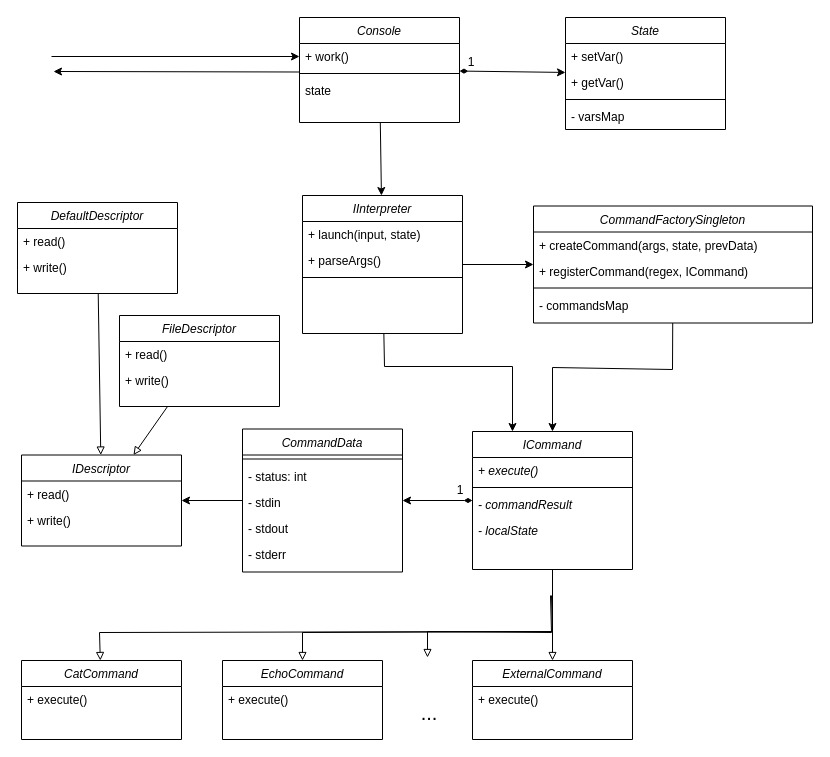
The draw.io diagram .data/console.drawio in IThror10/itmo_se, before the edit. Source tidied: cells renumbered, new cells numbered last; positions are measured from the earlier drawing's top-left corner, leaving out a move shared by most shapes. Both pictures are drawn from the tidied source at 100%, with x=0, y=0 at pixel (17, 17).
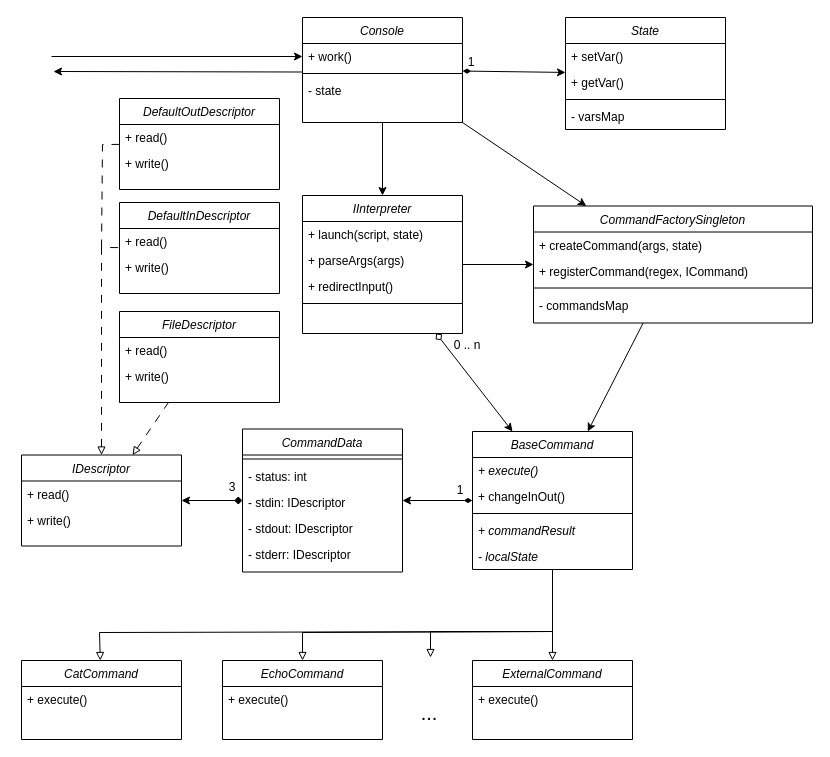
After the change.

Commit message (it also covers changes not shown here):
[FR-#1.1] Add minor changes in UML diagramm

Default descriptors (such as In and Out) were added
to UML structure. Specified few functions of Interpreter.
Added default method in BaseCommand for InOut redirecting.

The change refers to these unchanged cells:
```xml
<mxCell id="9" value="CommandData" style="swimlane;fontStyle=2;align=center;verticalAlign=top;horizontal=1;startSize=26;rounded=0;shadow=0;strokeWidth=1;" parent="1" vertex="1">
  <mxGeometry x="225" y="411.5" width="160" height="143" as="geometry" />
</mxCell>
<mxCell id="16" value="EchoCommand" style="swimlane;fontStyle=2;align=center;verticalAlign=top;horizontal=1;startSize=26;rounded=0;shadow=0;strokeWidth=1;" parent="1" vertex="1">
  <mxGeometry x="205" y="643" width="160" height="79" as="geometry" />
</mxCell>
<mxCell id="18" value="IInterpreter" style="swimlane;fontStyle=2;align=center;verticalAlign=top;horizontal=1;startSize=26;rounded=0;shadow=0;strokeWidth=1;" parent="1" vertex="1">
  <mxGeometry x="285" y="178" width="160" height="138" as="geometry" />
</mxCell>
<mxCell id="22" value="CommandFactorySingleton" style="swimlane;fontStyle=2;align=center;verticalAlign=top;horizontal=1;startSize=26;rounded=0;shadow=0;strokeWidth=1;" parent="1" vertex="1">
  <mxGeometry x="516" y="188.5" width="279" height="117" as="geometry" />
</mxCell>
<mxCell id="51" value="IDescriptor" style="swimlane;fontStyle=2;align=center;verticalAlign=top;horizontal=1;startSize=26;rounded=0;shadow=0;strokeWidth=1;" parent="1" vertex="1">
  <mxGeometry x="4" y="437.5" width="160" height="91" as="geometry" />
</mxCell>
```

What changed in the source:
```diff
@@
-    <mxCell id="2" value="ICommand" style="swimlane;fontStyle=2;align=center;verticalAlign=top;horizontal=1;startSize=26;rounded=0;shadow=0;strokeWidth=1;" parent="1" vertex="1">
+    <mxCell id="2" value="BaseCommand" style="swimlane;fontStyle=2;align=center;verticalAlign=top;horizontal=1;startSize=26;rounded=0;shadow=0;strokeWidth=1;" parent="1" vertex="1">
       <mxGeometry x="455" y="414" width="160" height="138" as="geometry" />
     </mxCell>
@@
+    <mxCell id="64" value="+ changeInOut()" style="text;align=left;verticalAlign=top;spacingLeft=4;spacingRight=4;overflow=hidden;rounded=0;shadow=0;html=0;fontStyle=0;" parent="2" vertex="1">
+      <mxGeometry y="52" width="160" height="26" as="geometry" />
+    </mxCell>
     <mxCell id="4" style="line;html=1;strokeWidth=1;align=left;verticalAlign=middle;spacingTop=-1;spacingLeft=3;spacingRight=3;labelPosition=right;" parent="2" vertex="1">
-      <mxGeometry y="52" width="160" height="8" as="geometry" />
+      <mxGeometry y="78" width="160" height="8" as="geometry" />
     </mxCell>
-    <mxCell id="5" value="- commandResult" style="text;align=left;verticalAlign=top;spacingLeft=4;spacingRight=4;overflow=hidden;rounded=0;shadow=0;html=0;fontStyle=2;" parent="2" vertex="1">
-      <mxGeometry y="60" width="160" height="26" as="geometry" />
+    <mxCell id="5" value="+ commandResult" style="text;align=left;verticalAlign=top;spacingLeft=4;spacingRight=4;overflow=hidden;rounded=0;shadow=0;html=0;fontStyle=2;" parent="2" vertex="1">
+      <mxGeometry y="86" width="160" height="26" as="geometry" />
     </mxCell>
     <mxCell id="6" value="- localState" style="text;align=left;verticalAlign=top;spacingLeft=4;spacingRight=4;overflow=hidden;points=[[0,0.5],[1,0.5]];portConstraint=eastwest;rounded=0;shadow=0;html=0;fontStyle=2;" parent="2" vertex="1">
-      <mxGeometry y="86" width="160" height="26" as="geometry" />
+      <mxGeometry y="112" width="160" height="26" as="geometry" />
     </mxCell>
@@
-    <mxCell id="12" value="- stdin" style="text;align=left;verticalAlign=top;spacingLeft=4;spacingRight=4;overflow=hidden;rounded=0;shadow=0;html=0;" parent="9" vertex="1">
+    <mxCell id="12" value="- stdin: IDescriptor" style="text;align=left;verticalAlign=top;spacingLeft=4;spacingRight=4;overflow=hidden;rounded=0;shadow=0;html=0;" parent="9" vertex="1">
       <mxGeometry y="60" width="160" height="26" as="geometry" />
     </mxCell>
-    <mxCell id="13" value="- stdout" style="text;align=left;verticalAlign=top;spacingLeft=4;spacingRight=4;overflow=hidden;rounded=0;shadow=0;html=0;" parent="9" vertex="1">
+    <mxCell id="13" value="- stdout: IDescriptor" style="text;align=left;verticalAlign=top;spacingLeft=4;spacingRight=4;overflow=hidden;rounded=0;shadow=0;html=0;" parent="9" vertex="1">
       <mxGeometry y="86" width="160" height="26" as="geometry" />
     </mxCell>
-    <mxCell id="14" value="- stderr" style="text;align=left;verticalAlign=top;spacingLeft=4;spacingRight=4;overflow=hidden;rounded=0;shadow=0;html=0;" parent="9" vertex="1">
+    <mxCell id="14" value="- stderr: IDescriptor" style="text;align=left;verticalAlign=top;spacingLeft=4;spacingRight=4;overflow=hidden;rounded=0;shadow=0;html=0;" parent="9" vertex="1">
       <mxGeometry y="112" width="160" height="26" as="geometry" />
     </mxCell>
@@
-    <mxCell id="19" value="+ launch(input, state)" style="text;align=left;verticalAlign=top;spacingLeft=4;spacingRight=4;overflow=hidden;rounded=0;shadow=0;html=0;" parent="18" vertex="1">
+    <mxCell id="19" value="+ launch(script, state)" style="text;align=left;verticalAlign=top;spacingLeft=4;spacingRight=4;overflow=hidden;rounded=0;shadow=0;html=0;" parent="18" vertex="1">
       <mxGeometry y="26" width="160" height="26" as="geometry" />
     </mxCell>
-    <mxCell id="20" value="+ parseArgs()" style="text;align=left;verticalAlign=top;spacingLeft=4;spacingRight=4;overflow=hidden;rounded=0;shadow=0;html=0;" parent="18" vertex="1">
+    <mxCell id="20" value="+ parseArgs(args)" style="text;align=left;verticalAlign=top;spacingLeft=4;spacingRight=4;overflow=hidden;rounded=0;shadow=0;html=0;" parent="18" vertex="1">
       <mxGeometry y="52" width="160" height="26" as="geometry" />
     </mxCell>
+    <mxCell id="65" value="+ redirectInput()" style="text;align=left;verticalAlign=top;spacingLeft=4;spacingRight=4;overflow=hidden;rounded=0;shadow=0;html=0;" parent="18" vertex="1">
+      <mxGeometry y="78" width="160" height="26" as="geometry" />
+    </mxCell>
     <mxCell id="21" style="line;html=1;strokeWidth=1;align=left;verticalAlign=middle;spacingTop=-1;spacingLeft=3;spacingRight=3;labelPosition=right;" parent="18" vertex="1">
-      <mxGeometry y="78" width="160" height="8" as="geometry" />
+      <mxGeometry y="104" width="160" height="8" as="geometry" />
     </mxCell>
@@
-    <mxCell id="23" value="+ createCommand(args, state, prevData)" style="text;align=left;verticalAlign=top;spacingLeft=4;spacingRight=4;overflow=hidden;rounded=0;shadow=0;html=0;" parent="22" vertex="1">
+    <mxCell id="23" value="+ createCommand(args, state)" style="text;align=left;verticalAlign=top;spacingLeft=4;spacingRight=4;overflow=hidden;rounded=0;shadow=0;html=0;" parent="22" vertex="1">
       <mxGeometry y="26" width="279" height="26" as="geometry" />
     </mxCell>
@@
     <mxCell id="29" value="Console" style="swimlane;fontStyle=2;align=center;verticalAlign=top;horizontal=1;startSize=26;rounded=0;shadow=0;strokeWidth=1;" parent="1" vertex="1">
-      <mxGeometry x="282" width="160" height="105" as="geometry" />
+      <mxGeometry x="285" width="160" height="105" as="geometry" />
     </mxCell>
@@
-    <mxCell id="32" value="state" style="text;align=left;verticalAlign=top;spacingLeft=4;spacingRight=4;overflow=hidden;rounded=0;shadow=0;html=0;" parent="29" vertex="1">
+    <mxCell id="32" value="- state" style="text;align=left;verticalAlign=top;spacingLeft=4;spacingRight=4;overflow=hidden;rounded=0;shadow=0;html=0;" parent="29" vertex="1">
       <mxGeometry y="60" width="160" height="26" as="geometry" />
     </mxCell>
@@
     <mxCell id="36" style="endArrow=block;html=1;rounded=0;endFill=0;" parent="1" edge="1" target="16">
       <mxGeometry relative="1" as="geometry">
-        <mxPoint x="534" y="578" as="sourcePoint" />
+        <mxPoint x="535" y="552" as="sourcePoint" />
         <Array as="points">
           <mxPoint x="535" y="614" />
           <mxPoint x="285" y="615" />
         </Array>
       </mxGeometry>
     </mxCell>
-    <mxCell id="37" style="endArrow=block;html=1;rounded=0;endFill=0;" parent="1" edge="1">
+    <mxCell id="37" style="endArrow=block;html=1;rounded=0;endFill=0;exitX=0.5;exitY=0.998;exitDx=0;exitDy=0;exitPerimeter=0;" parent="1" edge="1" source="6">
       <mxGeometry relative="1" as="geometry">
-        <mxPoint x="533" y="578" as="sourcePoint" />
-        <mxPoint x="410" y="640" as="targetPoint" />
+        <mxPoint x="413" y="640" as="targetPoint" />
         <Array as="points">
-          <mxPoint x="534" y="615" />
-          <mxPoint x="410" y="614" />
+          <mxPoint x="535" y="614" />
+          <mxPoint x="413" y="614" />
         </Array>
       </mxGeometry>
     </mxCell>
@@
     <mxCell id="39" style="endArrow=classic;html=1;rounded=0;" parent="1" edge="1" source="22" target="2">
-      <mxGeometry relative="1" as="geometry">
-        <Array as="points">
-          <mxPoint x="655" y="352" />
-          <mxPoint x="535" y="350" />
-        </Array>
-      </mxGeometry>
+      <mxGeometry relative="1" as="geometry" />
     </mxCell>
@@
-    <mxCell id="48" style="endArrow=classic;html=1;rounded=0;entryX=0.25;entryY=0;entryDx=0;entryDy=0;" parent="1" edge="1" source="18" target="2">
-      <mxGeometry relative="1" as="geometry">
-        <Array as="points">
-          <mxPoint x="367" y="349" />
-          <mxPoint x="495" y="349" />
-        </Array>
-      </mxGeometry>
+    <mxCell id="48" style="endArrow=classic;html=1;rounded=0;entryX=0.25;entryY=0;entryDx=0;entryDy=0;startArrow=diamond;startFill=0;" parent="1" edge="1" source="18" target="2">
+      <mxGeometry relative="1" as="geometry" />
     </mxCell>
@@
-    <mxCell id="54" style="endArrow=classic;html=1;rounded=0;" parent="1" edge="1" source="9" target="51">
+    <mxCell id="54" style="endArrow=classic;html=1;rounded=0;startArrow=diamond;startFill=1;" parent="1" edge="1" source="9" target="51">
       <mxGeometry relative="1" as="geometry" />
     </mxCell>
@@
     <mxCell id="56" value="FileDescriptor" style="swimlane;fontStyle=2;align=center;verticalAlign=top;horizontal=1;startSize=26;rounded=0;shadow=0;strokeWidth=1;" parent="1" vertex="1">
-      <mxGeometry x="102" y="298" width="160" height="91" as="geometry" />
+      <mxGeometry x="102" y="294" width="160" height="91" as="geometry" />
     </mxCell>
@@
-    <mxCell id="59" value="DefaultDescriptor" style="swimlane;fontStyle=2;align=center;verticalAlign=top;horizontal=1;startSize=26;rounded=0;shadow=0;strokeWidth=1;" parent="1" vertex="1">
-      <mxGeometry y="185" width="160" height="91" as="geometry" />
+    <mxCell id="59" value="DefaultInDescriptor" style="swimlane;fontStyle=2;align=center;verticalAlign=top;horizontal=1;startSize=26;rounded=0;shadow=0;strokeWidth=1;" parent="1" vertex="1">
+      <mxGeometry x="102" y="185" width="160" height="91" as="geometry" />
     </mxCell>
@@
-    <mxCell id="62" style="endArrow=none;html=1;rounded=0;endFill=0;startArrow=block;startFill=0;" parent="1" edge="1" source="51" target="59">
-      <mxGeometry relative="1" as="geometry" />
+    <mxCell id="62" style="endArrow=none;html=1;rounded=0;endFill=0;startArrow=block;startFill=0;dashed=1;dashPattern=8 8;" parent="1" edge="1" source="51" target="59">
+      <mxGeometry relative="1" as="geometry">
+        <Array as="points">
+          <mxPoint x="84" y="230" />
+        </Array>
+      </mxGeometry>
     </mxCell>
-    <mxCell id="63" style="endArrow=none;html=1;rounded=0;endFill=0;startArrow=block;startFill=0;" parent="1" edge="1" source="51" target="56">
+    <mxCell id="63" style="endArrow=none;html=1;rounded=0;endFill=0;startArrow=block;startFill=0;dashed=1;dashPattern=8 8;" parent="1" edge="1" source="51" target="56">
       <mxGeometry relative="1" as="geometry" />
     </mxCell>
+    <mxCell id="66" value="DefaultOutDescriptor" style="swimlane;fontStyle=2;align=center;verticalAlign=top;horizontal=1;startSize=26;rounded=0;shadow=0;strokeWidth=1;" parent="1" vertex="1">
+      <mxGeometry x="102" y="81" width="160" height="91" as="geometry" />
+    </mxCell>
+    <mxCell id="67" value="+ read()" style="text;align=left;verticalAlign=top;spacingLeft=4;spacingRight=4;overflow=hidden;rounded=0;shadow=0;html=0;fontStyle=0;" parent="66" vertex="1">
+      <mxGeometry y="26" width="160" height="26" as="geometry" />
+    </mxCell>
+    <mxCell id="68" value="+ write()" style="text;align=left;verticalAlign=top;spacingLeft=4;spacingRight=4;overflow=hidden;rounded=0;shadow=0;html=0;fontStyle=0;" parent="66" vertex="1">
+      <mxGeometry y="52" width="160" height="26" as="geometry" />
+    </mxCell>
+    <mxCell id="69" style="endArrow=none;html=1;rounded=0;endFill=0;dashed=1;dashPattern=8 8;" parent="1" edge="1" source="66">
+      <mxGeometry relative="1" as="geometry">
+        <mxPoint x="84" y="231" as="targetPoint" />
+        <Array as="points">
+          <mxPoint x="85" y="127" />
+        </Array>
+      </mxGeometry>
+    </mxCell>
+    <mxCell id="70" value="3" style="text;html=1;align=center;verticalAlign=middle;whiteSpace=wrap;rounded=0;" parent="1" vertex="1">
+      <mxGeometry x="185" y="455" width="60" height="30" as="geometry" />
+    </mxCell>
+    <mxCell id="71" style="endArrow=classic;html=1;rounded=0;exitX=1;exitY=1;exitDx=0;exitDy=0;" parent="1" edge="1" source="29" target="22">
+      <mxGeometry relative="1" as="geometry" />
+    </mxCell>
+    <mxCell id="72" value="0 .. n" style="text;html=1;align=center;verticalAlign=middle;whiteSpace=wrap;rounded=0;" parent="1" vertex="1">
+      <mxGeometry x="420" y="313" width="60" height="30" as="geometry" />
+    </mxCell>
```
